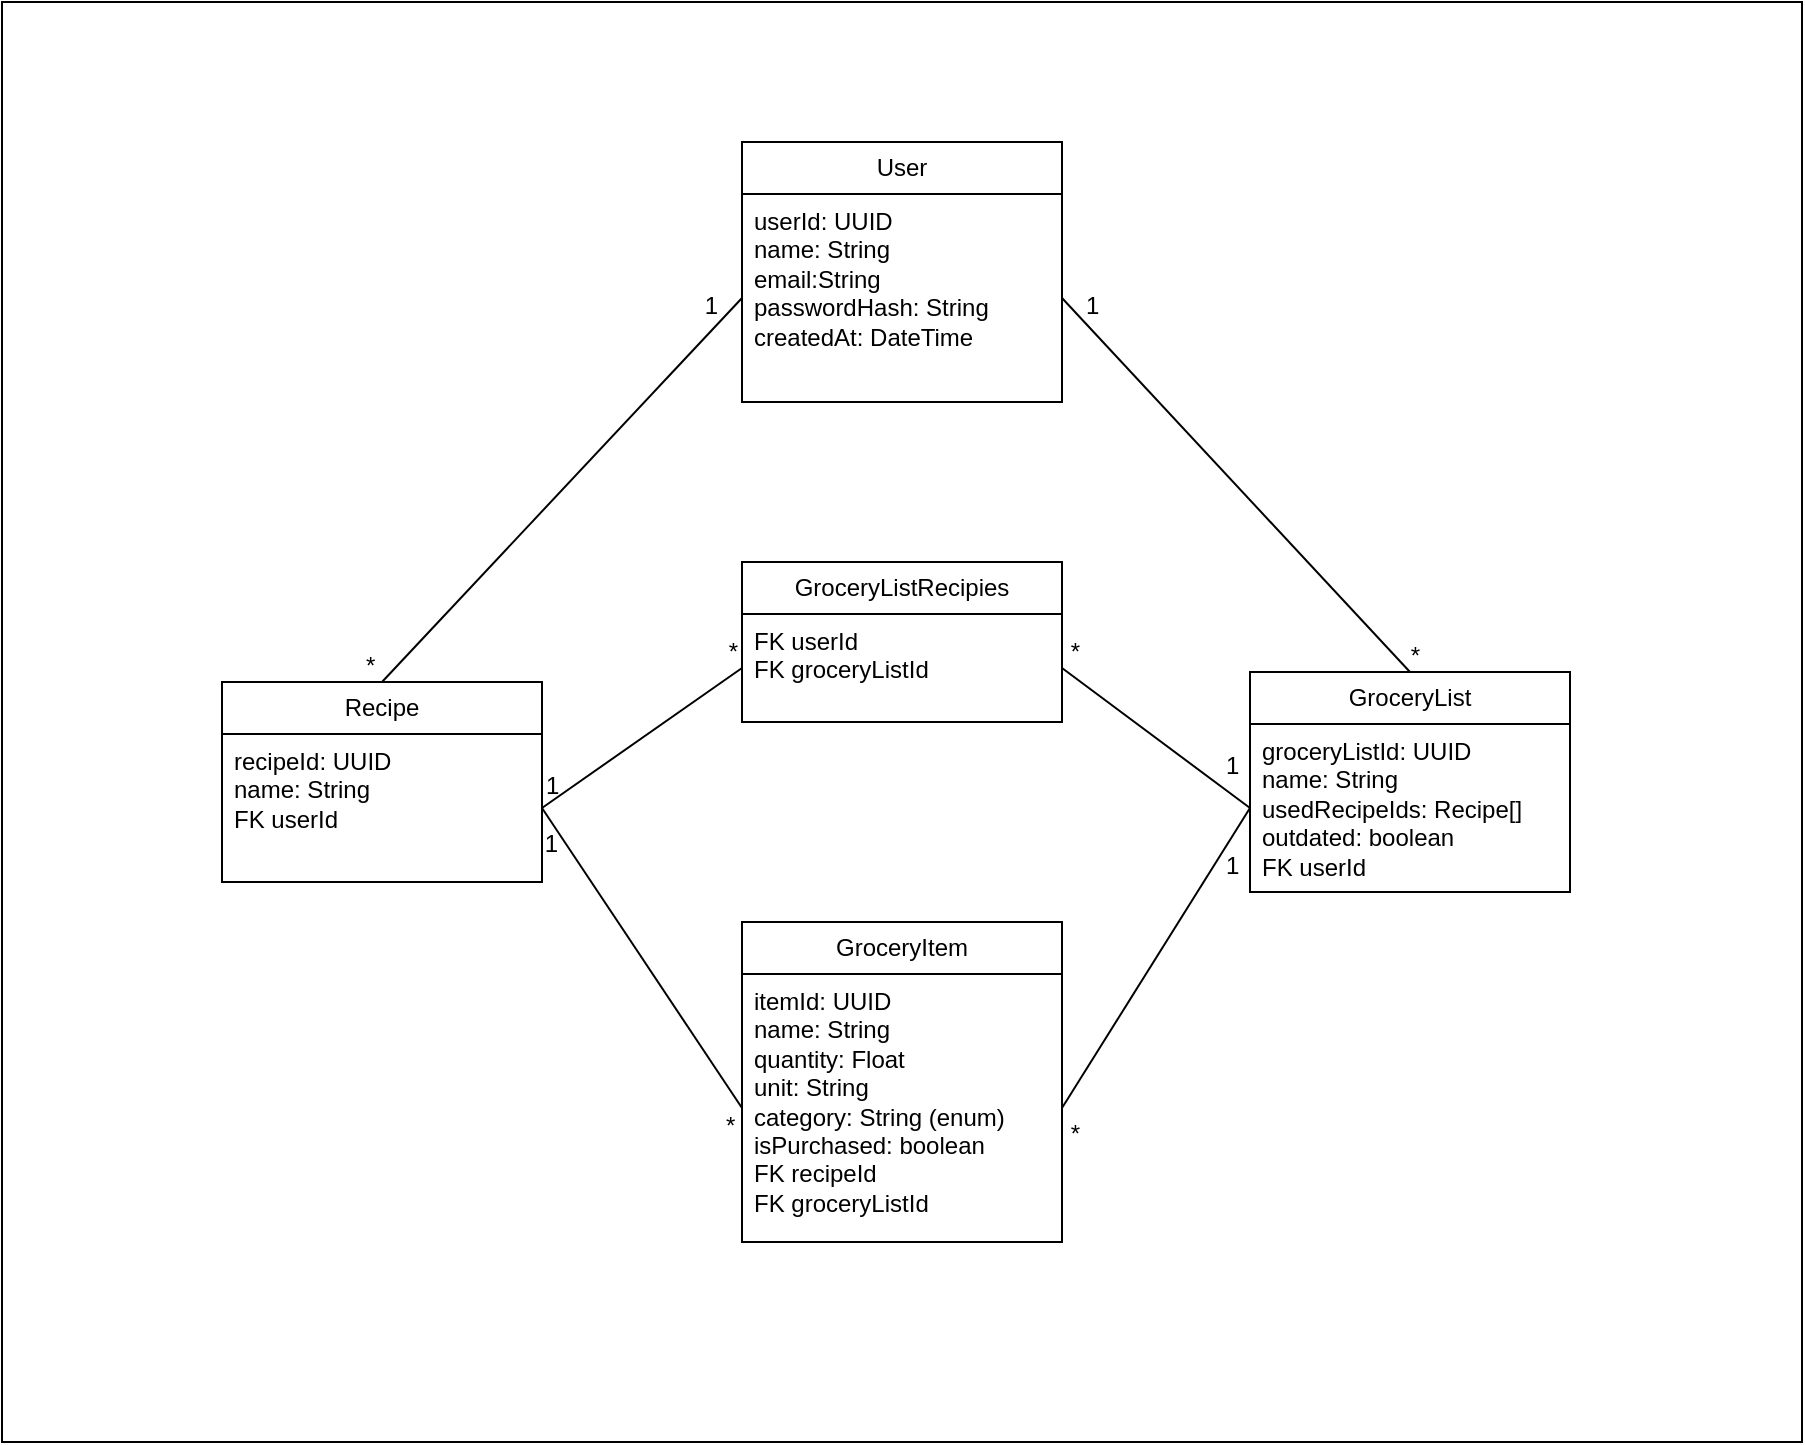
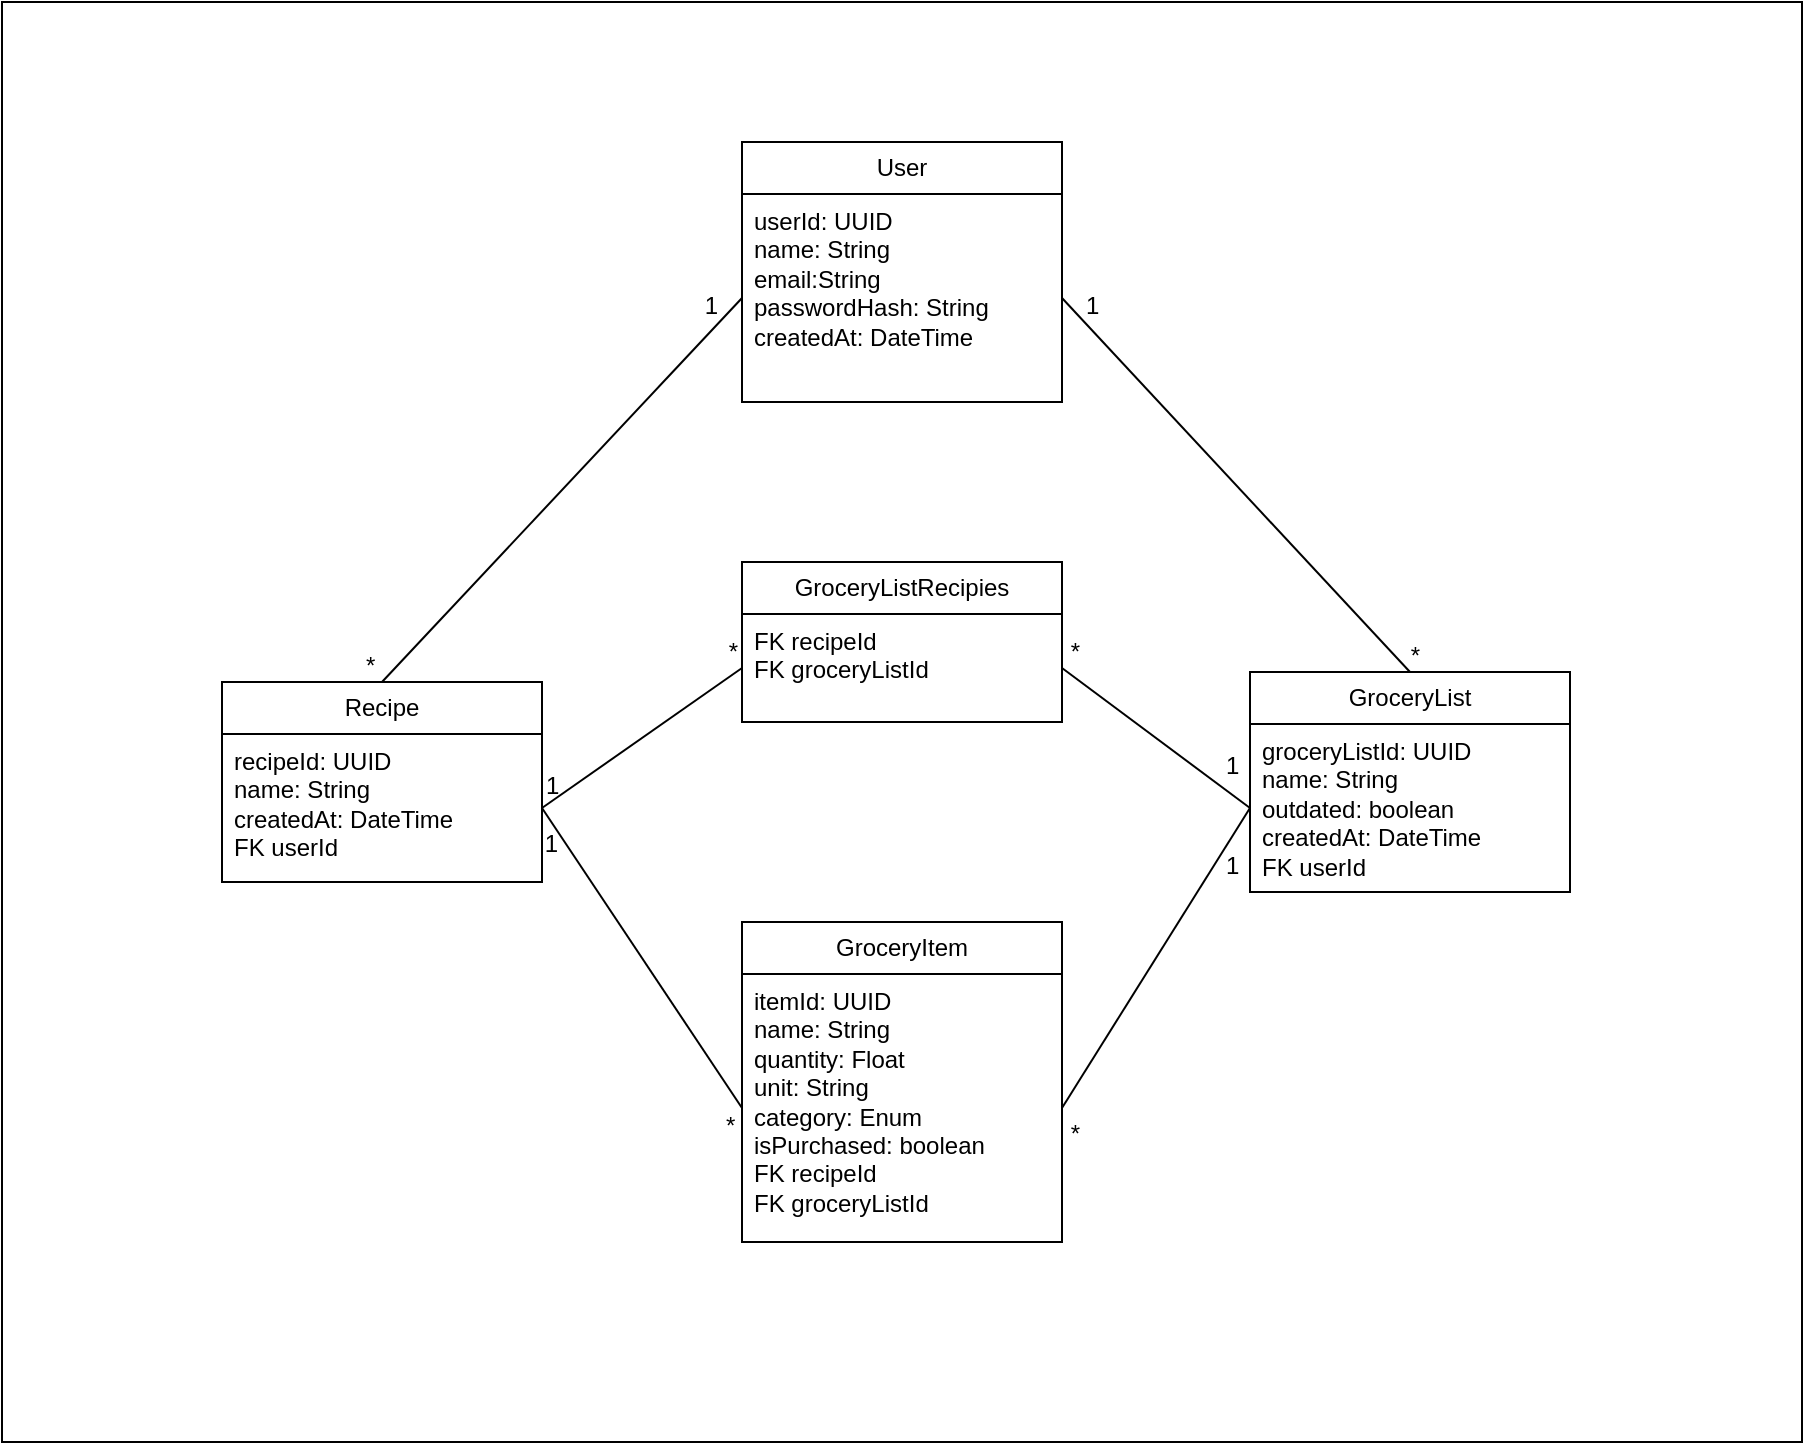
<mxfile host="app.diagrams.net">
  <diagram name="Seite-1" id="V-4LWKYRLYHX_k2GcSv2">
-     <mxGraphModel dx="2165" dy="878" grid="1" gridSize="10" guides="1" tooltips="1" connect="1" arrows="1" fold="1" page="1" pageScale="1" pageWidth="827" pageHeight="1169" math="0" shadow="0">
+     <mxGraphModel dx="1757" dy="946" grid="1" gridSize="10" guides="1" tooltips="1" connect="1" arrows="1" fold="1" page="1" pageScale="1" pageWidth="827" pageHeight="1169" math="0" shadow="0">
      <root>
        <mxCell id="0" />
        <mxCell id="1" parent="0" />
        <mxCell id="RtYmGdZxLaFv6OyNaVwG-60" parent="1" style="rounded=0;whiteSpace=wrap;html=1;" value="" vertex="1">
          <mxGeometry height="720" width="900" x="-290" y="10" as="geometry" />
        </mxCell>
        <mxCell id="RtYmGdZxLaFv6OyNaVwG-1" parent="1" style="swimlane;fontStyle=0;childLayout=stackLayout;horizontal=1;startSize=26;fillColor=none;horizontalStack=0;resizeParent=1;resizeParentMax=0;resizeLast=0;collapsible=1;marginBottom=0;whiteSpace=wrap;html=1;" value="User" vertex="1">
          <mxGeometry height="130" width="160" x="80" y="80" as="geometry" />
        </mxCell>
        <mxCell id="RtYmGdZxLaFv6OyNaVwG-2" parent="RtYmGdZxLaFv6OyNaVwG-1" style="text;strokeColor=none;fillColor=none;align=left;verticalAlign=top;spacingLeft=4;spacingRight=4;overflow=hidden;rotatable=0;points=[[0,0.5],[1,0.5]];portConstraint=eastwest;whiteSpace=wrap;html=1;" value="userId: UUID&lt;div&gt;name: String&lt;/div&gt;&lt;div&gt;email:String&lt;/div&gt;&lt;div&gt;passwordHash: String&lt;/div&gt;&lt;div&gt;createdAt: DateTime&lt;/div&gt;" vertex="1">
          <mxGeometry height="104" width="160" y="26" as="geometry" />
        </mxCell>
        <mxCell id="RtYmGdZxLaFv6OyNaVwG-8" parent="1" style="swimlane;fontStyle=0;childLayout=stackLayout;horizontal=1;startSize=26;fillColor=none;horizontalStack=0;resizeParent=1;resizeParentMax=0;resizeLast=0;collapsible=1;marginBottom=0;whiteSpace=wrap;html=1;" value="GroceryList" vertex="1">
          <mxGeometry height="110" width="160" x="334" y="345" as="geometry" />
        </mxCell>
-         <mxCell id="RtYmGdZxLaFv6OyNaVwG-9" parent="RtYmGdZxLaFv6OyNaVwG-8" style="text;strokeColor=none;fillColor=none;align=left;verticalAlign=top;spacingLeft=4;spacingRight=4;overflow=hidden;rotatable=0;points=[[0,0.5],[1,0.5]];portConstraint=eastwest;whiteSpace=wrap;html=1;" value="groceryListId: UUID&lt;div&gt;name: String&lt;/div&gt;&lt;div&gt;usedRecipeIds: Recipe[]&lt;/div&gt;&lt;div&gt;outdated: boolean&lt;/div&gt;&lt;div&gt;FK userId&lt;/div&gt;" vertex="1">
+         <mxCell id="RtYmGdZxLaFv6OyNaVwG-9" parent="RtYmGdZxLaFv6OyNaVwG-8" style="text;strokeColor=none;fillColor=none;align=left;verticalAlign=top;spacingLeft=4;spacingRight=4;overflow=hidden;rotatable=0;points=[[0,0.5],[1,0.5]];portConstraint=eastwest;whiteSpace=wrap;html=1;" value="groceryListId: UUID&lt;div&gt;name: String&lt;/div&gt;&lt;div&gt;outdated: boolean&lt;/div&gt;&lt;div&gt;createdAt: DateTime&lt;/div&gt;&lt;div&gt;FK userId&lt;/div&gt;" vertex="1">
          <mxGeometry height="84" width="160" y="26" as="geometry" />
        </mxCell>
        <mxCell id="RtYmGdZxLaFv6OyNaVwG-10" parent="1" style="swimlane;fontStyle=0;childLayout=stackLayout;horizontal=1;startSize=26;fillColor=none;horizontalStack=0;resizeParent=1;resizeParentMax=0;resizeLast=0;collapsible=1;marginBottom=0;whiteSpace=wrap;html=1;" value="GroceryItem" vertex="1">
          <mxGeometry height="160" width="160" x="80" y="470" as="geometry" />
        </mxCell>
-         <mxCell id="RtYmGdZxLaFv6OyNaVwG-11" parent="RtYmGdZxLaFv6OyNaVwG-10" style="text;strokeColor=none;fillColor=none;align=left;verticalAlign=top;spacingLeft=4;spacingRight=4;overflow=hidden;rotatable=0;points=[[0,0.5],[1,0.5]];portConstraint=eastwest;whiteSpace=wrap;html=1;" value="itemId: UUID&lt;div&gt;name: String&lt;/div&gt;&lt;div&gt;quantity: Float&lt;/div&gt;&lt;div&gt;unit: String&lt;/div&gt;&lt;div&gt;category: String (enum)&lt;/div&gt;&lt;div&gt;isPurchased: boolean&lt;/div&gt;&lt;div&gt;FK recipeId&lt;/div&gt;&lt;div&gt;FK groceryListId&lt;/div&gt;" vertex="1">
+         <mxCell id="RtYmGdZxLaFv6OyNaVwG-11" parent="RtYmGdZxLaFv6OyNaVwG-10" style="text;strokeColor=none;fillColor=none;align=left;verticalAlign=top;spacingLeft=4;spacingRight=4;overflow=hidden;rotatable=0;points=[[0,0.5],[1,0.5]];portConstraint=eastwest;whiteSpace=wrap;html=1;" value="itemId: UUID&lt;div&gt;name: String&lt;/div&gt;&lt;div&gt;quantity: Float&lt;/div&gt;&lt;div&gt;unit: String&lt;/div&gt;&lt;div&gt;category: Enum&lt;/div&gt;&lt;div&gt;isPurchased: boolean&lt;/div&gt;&lt;div&gt;FK recipeId&lt;/div&gt;&lt;div&gt;FK groceryListId&lt;/div&gt;" vertex="1">
          <mxGeometry height="134" width="160" y="26" as="geometry" />
        </mxCell>
        <mxCell id="RtYmGdZxLaFv6OyNaVwG-20" edge="1" parent="1" source="RtYmGdZxLaFv6OyNaVwG-2" style="endArrow=none;html=1;rounded=0;exitX=1;exitY=0.5;exitDx=0;exitDy=0;entryX=0.5;entryY=0;entryDx=0;entryDy=0;" target="RtYmGdZxLaFv6OyNaVwG-8" value="">
          <mxGeometry relative="1" as="geometry">
            <mxPoint x="250" y="130" as="sourcePoint" />
            <mxPoint x="290" y="130" as="targetPoint" />
          </mxGeometry>
        </mxCell>
        <mxCell id="RtYmGdZxLaFv6OyNaVwG-21" connectable="0" parent="RtYmGdZxLaFv6OyNaVwG-20" style="resizable=0;html=1;whiteSpace=wrap;align=left;verticalAlign=bottom;" value="1" vertex="1">
          <mxGeometry relative="1" x="-1" as="geometry">
            <mxPoint x="10" y="12" as="offset" />
          </mxGeometry>
        </mxCell>
        <mxCell id="RtYmGdZxLaFv6OyNaVwG-22" connectable="0" parent="RtYmGdZxLaFv6OyNaVwG-20" style="resizable=0;html=1;whiteSpace=wrap;align=right;verticalAlign=bottom;" value="*" vertex="1">
          <mxGeometry relative="1" x="1" as="geometry">
            <mxPoint x="6" as="offset" />
          </mxGeometry>
        </mxCell>
        <mxCell id="i-Sbl1M0T4CMpME9p0qI-1" parent="1" style="swimlane;fontStyle=0;childLayout=stackLayout;horizontal=1;startSize=26;fillColor=none;horizontalStack=0;resizeParent=1;resizeParentMax=0;resizeLast=0;collapsible=1;marginBottom=0;whiteSpace=wrap;html=1;" value="Recipe" vertex="1">
          <mxGeometry height="100" width="160" x="-180" y="350" as="geometry" />
        </mxCell>
-         <mxCell id="i-Sbl1M0T4CMpME9p0qI-2" parent="i-Sbl1M0T4CMpME9p0qI-1" style="text;strokeColor=none;fillColor=none;align=left;verticalAlign=top;spacingLeft=4;spacingRight=4;overflow=hidden;rotatable=0;points=[[0,0.5],[1,0.5]];portConstraint=eastwest;whiteSpace=wrap;html=1;" value="recipeId: UUID&lt;div&gt;name: String&lt;/div&gt;&lt;div&gt;FK userId&lt;/div&gt;" vertex="1">
+         <mxCell id="i-Sbl1M0T4CMpME9p0qI-2" parent="i-Sbl1M0T4CMpME9p0qI-1" style="text;strokeColor=none;fillColor=none;align=left;verticalAlign=top;spacingLeft=4;spacingRight=4;overflow=hidden;rotatable=0;points=[[0,0.5],[1,0.5]];portConstraint=eastwest;whiteSpace=wrap;html=1;" value="recipeId: UUID&lt;div&gt;name: String&lt;/div&gt;&lt;div&gt;createdAt: DateTime&lt;/div&gt;&lt;div&gt;FK userId&lt;/div&gt;" vertex="1">
          <mxGeometry height="74" width="160" y="26" as="geometry" />
        </mxCell>
        <mxCell id="i-Sbl1M0T4CMpME9p0qI-4" edge="1" parent="1" source="RtYmGdZxLaFv6OyNaVwG-9" style="endArrow=none;html=1;rounded=0;entryX=1;entryY=0.5;entryDx=0;entryDy=0;exitX=0;exitY=0.5;exitDx=0;exitDy=0;" target="RtYmGdZxLaFv6OyNaVwG-11" value="">
          <mxGeometry relative="1" as="geometry">
            <mxPoint x="280" y="390" as="sourcePoint" />
            <mxPoint x="400" y="270" as="targetPoint" />
          </mxGeometry>
        </mxCell>
        <mxCell id="i-Sbl1M0T4CMpME9p0qI-5" connectable="0" parent="i-Sbl1M0T4CMpME9p0qI-4" style="resizable=0;html=1;whiteSpace=wrap;align=left;verticalAlign=bottom;" value="1" vertex="1">
          <mxGeometry relative="1" x="-1" as="geometry">
            <mxPoint x="-14" y="37" as="offset" />
          </mxGeometry>
        </mxCell>
        <mxCell id="i-Sbl1M0T4CMpME9p0qI-6" connectable="0" parent="i-Sbl1M0T4CMpME9p0qI-4" style="resizable=0;html=1;whiteSpace=wrap;align=right;verticalAlign=bottom;" value="*" vertex="1">
          <mxGeometry relative="1" x="1" as="geometry">
            <mxPoint x="10" y="22" as="offset" />
          </mxGeometry>
        </mxCell>
        <mxCell id="i-Sbl1M0T4CMpME9p0qI-7" edge="1" parent="1" source="RtYmGdZxLaFv6OyNaVwG-11" style="endArrow=none;html=1;rounded=0;entryX=1;entryY=0.5;entryDx=0;entryDy=0;exitX=0;exitY=0.5;exitDx=0;exitDy=0;" target="i-Sbl1M0T4CMpME9p0qI-2" value="">
          <mxGeometry relative="1" as="geometry">
            <mxPoint x="109.51999999999998" y="280" as="sourcePoint" />
            <mxPoint x="-120" y="220" as="targetPoint" />
          </mxGeometry>
        </mxCell>
        <mxCell id="i-Sbl1M0T4CMpME9p0qI-8" connectable="0" parent="i-Sbl1M0T4CMpME9p0qI-7" style="resizable=0;html=1;whiteSpace=wrap;align=left;verticalAlign=bottom;" value="*" vertex="1">
          <mxGeometry relative="1" x="-1" as="geometry">
            <mxPoint x="-10" y="17" as="offset" />
          </mxGeometry>
        </mxCell>
        <mxCell id="i-Sbl1M0T4CMpME9p0qI-9" connectable="0" parent="i-Sbl1M0T4CMpME9p0qI-7" style="resizable=0;html=1;whiteSpace=wrap;align=right;verticalAlign=bottom;" value="1" vertex="1">
          <mxGeometry relative="1" x="1" as="geometry">
            <mxPoint x="10" y="27" as="offset" />
          </mxGeometry>
        </mxCell>
        <mxCell id="i-Sbl1M0T4CMpME9p0qI-10" edge="1" parent="1" source="i-Sbl1M0T4CMpME9p0qI-1" style="endArrow=none;html=1;rounded=0;exitX=0.5;exitY=0;exitDx=0;exitDy=0;entryX=0;entryY=0.5;entryDx=0;entryDy=0;" target="RtYmGdZxLaFv6OyNaVwG-2" value="">
          <mxGeometry relative="1" as="geometry">
            <mxPoint y="152.47" as="sourcePoint" />
            <mxPoint x="80" y="152.47" as="targetPoint" />
          </mxGeometry>
        </mxCell>
        <mxCell id="i-Sbl1M0T4CMpME9p0qI-11" connectable="0" parent="i-Sbl1M0T4CMpME9p0qI-10" style="resizable=0;html=1;whiteSpace=wrap;align=left;verticalAlign=bottom;" value="*" vertex="1">
          <mxGeometry relative="1" x="-1" as="geometry">
            <mxPoint x="-10" as="offset" />
          </mxGeometry>
        </mxCell>
        <mxCell id="i-Sbl1M0T4CMpME9p0qI-12" connectable="0" parent="i-Sbl1M0T4CMpME9p0qI-10" style="resizable=0;html=1;whiteSpace=wrap;align=right;verticalAlign=bottom;" value="1" vertex="1">
          <mxGeometry relative="1" x="1" as="geometry">
            <mxPoint x="-10" y="12" as="offset" />
          </mxGeometry>
        </mxCell>
        <mxCell id="i-Sbl1M0T4CMpME9p0qI-13" parent="1" style="swimlane;fontStyle=0;childLayout=stackLayout;horizontal=1;startSize=26;fillColor=none;horizontalStack=0;resizeParent=1;resizeParentMax=0;resizeLast=0;collapsible=1;marginBottom=0;whiteSpace=wrap;html=1;" value="GroceryListRecipies" vertex="1">
          <mxGeometry height="80" width="160" x="80" y="290" as="geometry" />
        </mxCell>
-         <mxCell id="i-Sbl1M0T4CMpME9p0qI-14" parent="i-Sbl1M0T4CMpME9p0qI-13" style="text;strokeColor=none;fillColor=none;align=left;verticalAlign=top;spacingLeft=4;spacingRight=4;overflow=hidden;rotatable=0;points=[[0,0.5],[1,0.5]];portConstraint=eastwest;whiteSpace=wrap;html=1;" value="&lt;div&gt;FK userId&lt;/div&gt;&lt;div&gt;FK groceryListId&lt;/div&gt;" vertex="1">
+         <mxCell id="i-Sbl1M0T4CMpME9p0qI-14" parent="i-Sbl1M0T4CMpME9p0qI-13" style="text;strokeColor=none;fillColor=none;align=left;verticalAlign=top;spacingLeft=4;spacingRight=4;overflow=hidden;rotatable=0;points=[[0,0.5],[1,0.5]];portConstraint=eastwest;whiteSpace=wrap;html=1;" value="&lt;div&gt;FK recipeId&lt;/div&gt;&lt;div&gt;FK groceryListId&lt;/div&gt;" vertex="1">
          <mxGeometry height="54" width="160" y="26" as="geometry" />
        </mxCell>
        <mxCell id="i-Sbl1M0T4CMpME9p0qI-15" edge="1" parent="1" source="i-Sbl1M0T4CMpME9p0qI-2" style="endArrow=none;html=1;rounded=0;exitX=1;exitY=0.5;exitDx=0;exitDy=0;entryX=0;entryY=0.5;entryDx=0;entryDy=0;" target="i-Sbl1M0T4CMpME9p0qI-14" value="">
          <mxGeometry relative="1" as="geometry">
            <mxPoint x="-20" y="452" as="sourcePoint" />
            <mxPoint x="160" y="260" as="targetPoint" />
          </mxGeometry>
        </mxCell>
        <mxCell id="i-Sbl1M0T4CMpME9p0qI-16" connectable="0" parent="i-Sbl1M0T4CMpME9p0qI-15" style="resizable=0;html=1;whiteSpace=wrap;align=left;verticalAlign=bottom;" value="1" vertex="1">
          <mxGeometry relative="1" x="-1" as="geometry">
            <mxPoint y="-3" as="offset" />
          </mxGeometry>
        </mxCell>
        <mxCell id="i-Sbl1M0T4CMpME9p0qI-17" connectable="0" parent="i-Sbl1M0T4CMpME9p0qI-15" style="resizable=0;html=1;whiteSpace=wrap;align=right;verticalAlign=bottom;" value="*" vertex="1">
          <mxGeometry relative="1" x="1" as="geometry">
            <mxPoint as="offset" />
          </mxGeometry>
        </mxCell>
        <mxCell id="i-Sbl1M0T4CMpME9p0qI-18" edge="1" parent="1" source="RtYmGdZxLaFv6OyNaVwG-9" style="endArrow=none;html=1;rounded=0;exitX=0;exitY=0.5;exitDx=0;exitDy=0;entryX=1;entryY=0.5;entryDx=0;entryDy=0;" target="i-Sbl1M0T4CMpME9p0qI-14" value="">
          <mxGeometry relative="1" as="geometry">
            <mxPoint x="200" y="413" as="sourcePoint" />
            <mxPoint x="300" y="330" as="targetPoint" />
          </mxGeometry>
        </mxCell>
        <mxCell id="i-Sbl1M0T4CMpME9p0qI-19" connectable="0" parent="i-Sbl1M0T4CMpME9p0qI-18" style="resizable=0;html=1;whiteSpace=wrap;align=left;verticalAlign=bottom;" value="1" vertex="1">
          <mxGeometry relative="1" x="-1" as="geometry">
            <mxPoint x="-14" y="-13" as="offset" />
          </mxGeometry>
        </mxCell>
        <mxCell id="i-Sbl1M0T4CMpME9p0qI-20" connectable="0" parent="i-Sbl1M0T4CMpME9p0qI-18" style="resizable=0;html=1;whiteSpace=wrap;align=right;verticalAlign=bottom;" value="*" vertex="1">
          <mxGeometry relative="1" x="1" as="geometry">
            <mxPoint x="10" as="offset" />
          </mxGeometry>
        </mxCell>
      </root>
    </mxGraphModel>
  </diagram>
</mxfile>
